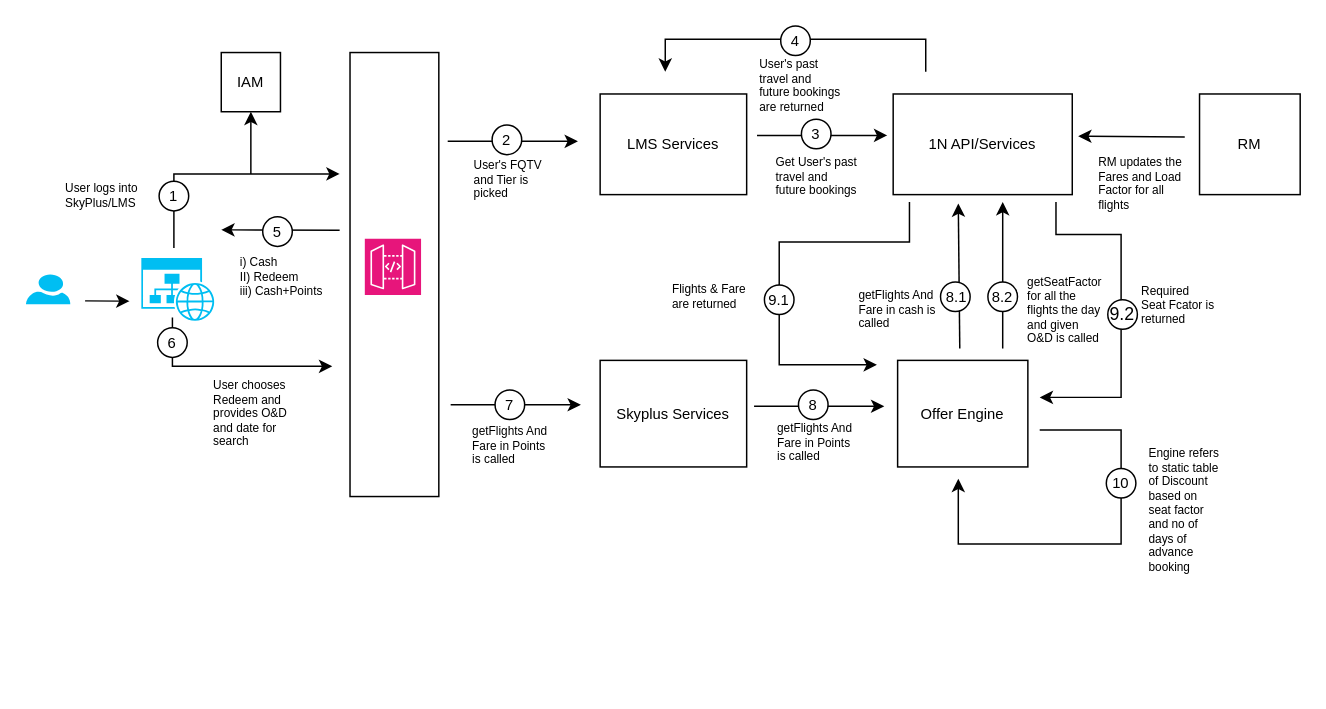
Earlier version of the draw.io diagram page "Page-1" (1 of 2) of LM Data Flow.drawio (nchauhan4/drawings). Source tidied: cells renumbered, new cells numbered last; positions are measured from the earlier drawing's top-left corner, leaving out a move shared by most shapes. Both pictures are drawn from the tidied source at 148%, with x=0, y=0 at pixel (25, 25).
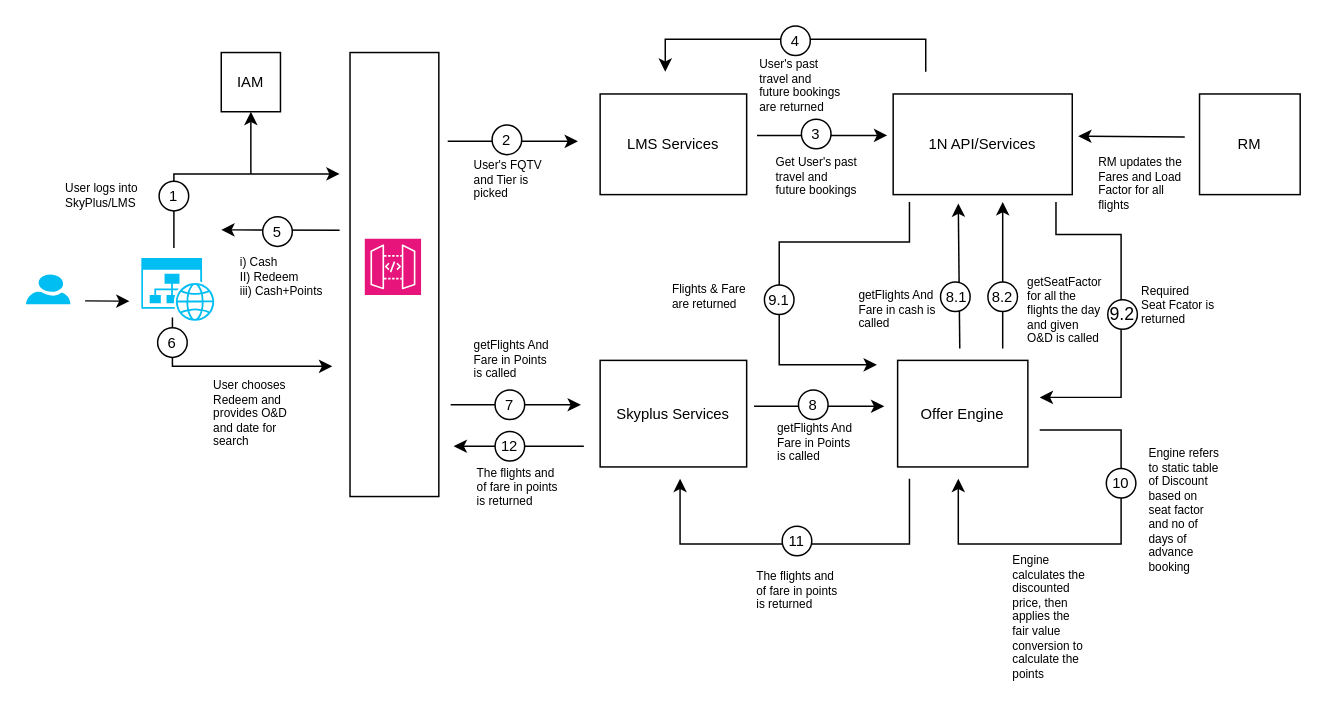
The same diagram, later.

What changed in the source:
```diff
@@
     <mxCell id="38" value="getFlights And Fare in Points is called" style="text;html=1;strokeColor=none;fillColor=none;align=left;verticalAlign=top;whiteSpace=wrap;rounded=0;fontSize=8;" parent="1" vertex="1">
-      <mxGeometry x="299.8" y="263" width="58.5" height="33" as="geometry" />
+      <mxGeometry x="300.8" y="205" width="58.5" height="33" as="geometry" />
     </mxCell>
@@
     <mxCell id="66" value="Engine refers to static table of Discount based on seat factor and no of days of advance booking" style="text;html=1;strokeColor=none;fillColor=none;align=left;verticalAlign=top;whiteSpace=wrap;rounded=0;fontSize=8;" parent="1" vertex="1">
-      <mxGeometry x="757" y="278" width="52" height="55" as="geometry" />
+      <mxGeometry x="757" y="278" width="52" height="94" as="geometry" />
     </mxCell>
+    <mxCell id="67" value="Engine calculates the discounted price, then applies the fair value conversion to calculate the points" style="text;html=1;strokeColor=none;fillColor=none;align=left;verticalAlign=top;whiteSpace=wrap;rounded=0;fontSize=8;" parent="1" vertex="1">
+      <mxGeometry x="665" y="350" width="52" height="94" as="geometry" />
+    </mxCell>
+    <mxCell id="68" style="endArrow=classic;html=1;rounded=0;" parent="1" edge="1">
+      <mxGeometry relative="1" as="geometry">
+        <mxPoint x="597" y="306" as="sourcePoint" />
+        <mxPoint x="442" y="306" as="targetPoint" />
+        <Array as="points">
+          <mxPoint x="597" y="350" />
+          <mxPoint x="442" y="350" />
+        </Array>
+      </mxGeometry>
+    </mxCell>
+    <mxCell id="69" style="ellipse;whiteSpace=wrap;html=1;" parent="1" vertex="1">
+      <mxGeometry x="511" y="338" width="20" height="20" as="geometry" />
+    </mxCell>
+    <mxCell id="70" value="&lt;font style=&quot;font-size: 10px;&quot;&gt;11&lt;/font&gt;" style="text;html=1;strokeColor=none;fillColor=none;align=center;verticalAlign=middle;whiteSpace=wrap;rounded=0;" parent="1" vertex="1">
+      <mxGeometry x="506" y="338" width="30" height="20" as="geometry" />
+    </mxCell>
+    <mxCell id="71" value="The flights and of fare in points is returned" style="text;html=1;strokeColor=none;fillColor=none;align=left;verticalAlign=top;whiteSpace=wrap;rounded=0;fontSize=8;" parent="1" vertex="1">
+      <mxGeometry x="491.8" y="361" width="58.5" height="33" as="geometry" />
+    </mxCell>
+    <mxCell id="72" style="endArrow=classic;html=1;rounded=0;" parent="1" edge="1">
+      <mxGeometry relative="1" as="geometry">
+        <mxPoint x="377" y="284" as="sourcePoint" />
+        <mxPoint x="289" y="284" as="targetPoint" />
+        <Array as="points">
+          <mxPoint x="344" y="284" />
+          <mxPoint x="311" y="284" />
+        </Array>
+      </mxGeometry>
+    </mxCell>
+    <mxCell id="73" style="ellipse;whiteSpace=wrap;html=1;" parent="1" vertex="1">
+      <mxGeometry x="317" y="274" width="20" height="20" as="geometry" />
+    </mxCell>
+    <mxCell id="74" value="&lt;font style=&quot;font-size: 10px;&quot;&gt;12&lt;/font&gt;" style="text;html=1;strokeColor=none;fillColor=none;align=center;verticalAlign=middle;whiteSpace=wrap;rounded=0;" parent="1" vertex="1">
+      <mxGeometry x="312" y="274" width="30" height="20" as="geometry" />
+    </mxCell>
+    <mxCell id="75" value="The flights and of fare in points is returned" style="text;html=1;strokeColor=none;fillColor=none;align=left;verticalAlign=top;whiteSpace=wrap;rounded=0;fontSize=8;" parent="1" vertex="1">
+      <mxGeometry x="302.8" y="291" width="58.5" height="33" as="geometry" />
+    </mxCell>
```
